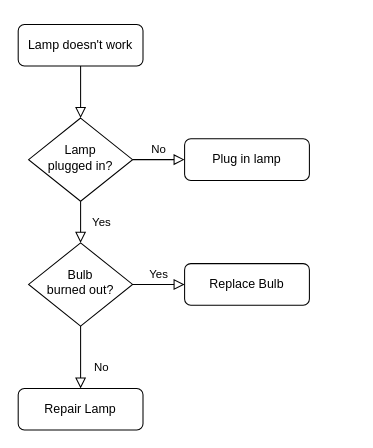
This is img/流程图.drawio from OldQi/first_rpo, a draw.io file, before an edit. Source tidied: cells renumbered, new cells numbered last; positions are measured from the earlier drawing's top-left corner, leaving out a move shared by most shapes. Both pictures are drawn from the tidied source at 104%, with x=0, y=0 at pixel (18, 24).
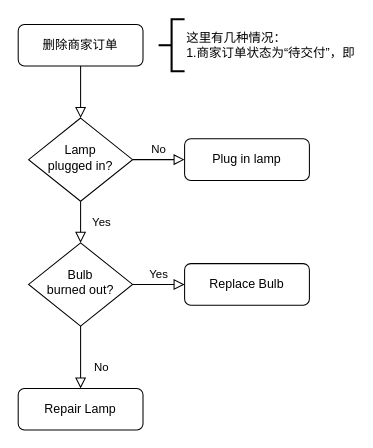
The same diagram, later.

Commit message:
更新流程图.drawio

What changed in the source:
```diff
@@
 <mxGraphModel>
   <root>
     <mxCell id="0" />
     <mxCell id="1" parent="0" />
     <mxCell id="2" style="rounded=0;html=1;jettySize=auto;fontSize=11;endArrow=block;endFill=0;endSize=8;strokeWidth=1;shadow=0;labelBackgroundColor=none;edgeStyle=orthogonalEdgeStyle;" parent="1" edge="1" source="3" target="6">
       <mxGeometry relative="1" as="geometry" />
     </mxCell>
-    <mxCell id="3" value="Lamp doesn't work" style="rounded=1;whiteSpace=wrap;html=1;fontSize=12;glass=0;strokeWidth=1;shadow=0;" parent="1" vertex="1">
+    <mxCell id="3" value="删除商家订单" style="rounded=1;whiteSpace=wrap;html=1;fontSize=12;glass=0;strokeWidth=1;shadow=0;" parent="1" vertex="1">
       <mxGeometry width="120" height="40" as="geometry" />
     </mxCell>
     <mxCell id="4" value="Yes" style="rounded=0;html=1;jettySize=auto;fontSize=11;endArrow=block;endFill=0;endSize=8;strokeWidth=1;shadow=0;labelBackgroundColor=none;edgeStyle=orthogonalEdgeStyle;" parent="1" edge="1" source="6" target="10">
       <mxGeometry y="20" relative="1" as="geometry" />
     </mxCell>
     <mxCell id="5" value="No" style="edgeStyle=orthogonalEdgeStyle;rounded=0;html=1;jettySize=auto;fontSize=11;endArrow=block;endFill=0;endSize=8;strokeWidth=1;shadow=0;labelBackgroundColor=none;" parent="1" edge="1" source="6" target="7">
       <mxGeometry y="10" relative="1" as="geometry" />
     </mxCell>
     <mxCell id="6" value="Lamp&lt;br&gt;plugged in?" style="rhombus;whiteSpace=wrap;html=1;shadow=0;fontFamily=Helvetica;fontSize=12;align=center;strokeWidth=1;spacing=6;spacingTop=-4;" parent="1" vertex="1">
       <mxGeometry x="10" y="90" width="100" height="80" as="geometry" />
     </mxCell>
     <mxCell id="7" value="Plug in lamp" style="rounded=1;whiteSpace=wrap;html=1;fontSize=12;glass=0;strokeWidth=1;shadow=0;" parent="1" vertex="1">
       <mxGeometry x="160" y="110" width="120" height="40" as="geometry" />
     </mxCell>
     <mxCell id="8" value="No" style="rounded=0;html=1;jettySize=auto;fontSize=11;endArrow=block;endFill=0;endSize=8;strokeWidth=1;shadow=0;labelBackgroundColor=none;edgeStyle=orthogonalEdgeStyle;" parent="1" edge="1" source="10" target="11">
       <mxGeometry x="0.33" y="20" relative="1" as="geometry" />
     </mxCell>
     <mxCell id="9" value="Yes" style="edgeStyle=orthogonalEdgeStyle;rounded=0;html=1;jettySize=auto;fontSize=11;endArrow=block;endFill=0;endSize=8;strokeWidth=1;shadow=0;labelBackgroundColor=none;" parent="1" edge="1" source="10" target="12">
       <mxGeometry y="10" relative="1" as="geometry" />
     </mxCell>
     <mxCell id="10" value="Bulb&lt;br&gt;burned out?" style="rhombus;whiteSpace=wrap;html=1;shadow=0;fontFamily=Helvetica;fontSize=12;align=center;strokeWidth=1;spacing=6;spacingTop=-4;" parent="1" vertex="1">
       <mxGeometry x="10" y="210" width="100" height="80" as="geometry" />
     </mxCell>
     <mxCell id="11" value="Repair Lamp" style="rounded=1;whiteSpace=wrap;html=1;fontSize=12;glass=0;strokeWidth=1;shadow=0;" parent="1" vertex="1">
       <mxGeometry y="350" width="120" height="40" as="geometry" />
     </mxCell>
     <mxCell id="12" value="Replace Bulb" style="rounded=1;whiteSpace=wrap;html=1;fontSize=12;glass=0;strokeWidth=1;shadow=0;" parent="1" vertex="1">
       <mxGeometry x="160" y="230" width="120" height="40" as="geometry" />
     </mxCell>
+    <mxCell id="13" value="这里有几种情况：&lt;br&gt;1.商家订单状态为“待交付”，即" style="strokeWidth=2;html=1;shape=mxgraph.flowchart.annotation_2;align=left;labelPosition=right;" parent="1" vertex="1">
+      <mxGeometry x="135" y="-5" width="25" height="50" as="geometry" />
+    </mxCell>
   </root>
 </mxGraphModel>
```
